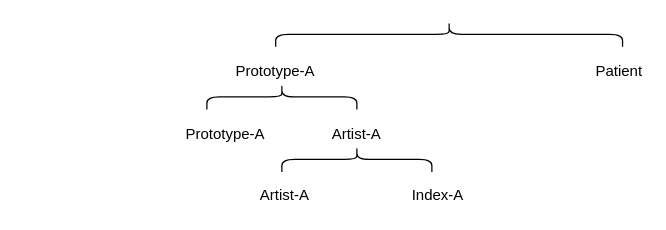
This is Untitled Diagram.drawio from matthewsillence/art_agency, a draw.io file, before an edit. Source tidied: cells renumbered, new cells numbered last; positions are measured from the earlier drawing's top-left corner, leaving out a move shared by most shapes. Both pictures are drawn from the tidied source at 125%, with x=0, y=0 at pixel (181, -140).
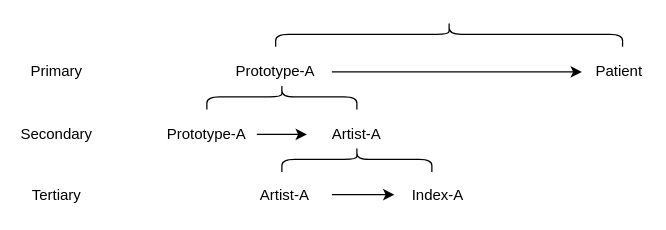
After the change.

Change to the diagram source:
```diff
@@
     <mxCell id="6" value="Prototype-A" style="text;html=1;strokeColor=none;fillColor=none;align=center;verticalAlign=middle;whiteSpace=wrap;rounded=0;" parent="1" vertex="1">
-      <mxGeometry y="209" width="70" height="20" as="geometry" />
+      <mxGeometry x="-15" y="209" width="70" height="20" as="geometry" />
     </mxCell>
@@
+    <mxCell id="11" style="endArrow=classic;html=1;" parent="1" edge="1">
+      <mxGeometry relative="1" as="geometry">
+        <mxPoint x="60" y="219" as="sourcePoint" />
+        <mxPoint x="100" y="219" as="targetPoint" />
+      </mxGeometry>
+    </mxCell>
+    <mxCell id="12" style="endArrow=classic;html=1;" parent="1" edge="1">
+      <mxGeometry relative="1" as="geometry">
+        <mxPoint x="120" y="267.2" as="sourcePoint" />
+        <mxPoint x="170" y="267.2" as="targetPoint" />
+        <Array as="points">
+          <mxPoint x="130" y="267.2" />
+        </Array>
+      </mxGeometry>
+    </mxCell>
+    <mxCell id="13" style="endArrow=classic;html=1;" parent="1" edge="1">
+      <mxGeometry relative="1" as="geometry">
+        <mxPoint x="120" y="169" as="sourcePoint" />
+        <mxPoint x="320" y="169" as="targetPoint" />
+      </mxGeometry>
+    </mxCell>
+    <mxCell id="14" value="Primary" style="text;html=1;strokeColor=none;fillColor=none;align=center;verticalAlign=middle;whiteSpace=wrap;rounded=0;" parent="1" vertex="1">
+      <mxGeometry x="-120" y="159" width="40" height="20" as="geometry" />
+    </mxCell>
+    <mxCell id="15" value="Secondary" style="text;html=1;strokeColor=none;fillColor=none;align=center;verticalAlign=middle;whiteSpace=wrap;rounded=0;" parent="1" vertex="1">
+      <mxGeometry x="-120" y="209" width="40" height="20" as="geometry" />
+    </mxCell>
+    <mxCell id="16" value="Tertiary" style="text;html=1;strokeColor=none;fillColor=none;align=center;verticalAlign=middle;whiteSpace=wrap;rounded=0;" parent="1" vertex="1">
+      <mxGeometry x="-120" y="257.8" width="40" height="20" as="geometry" />
+    </mxCell>
```
